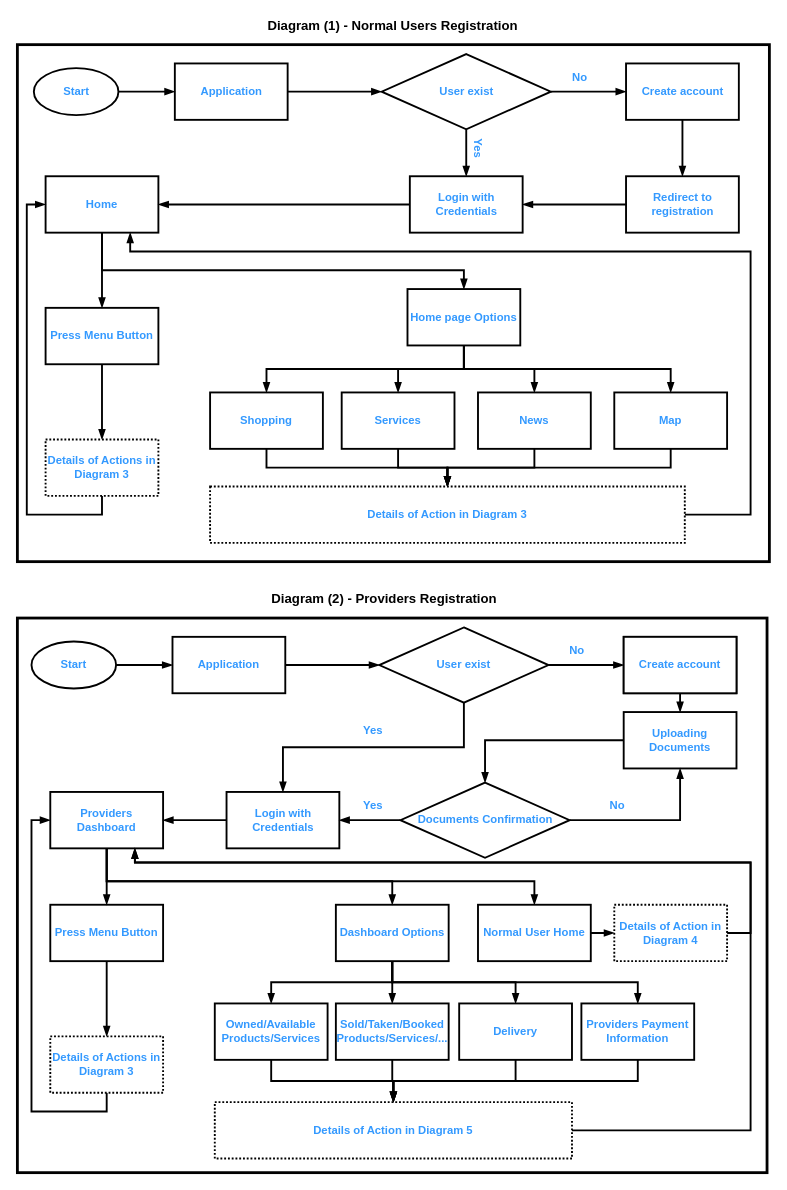
Before: Untitled Diagram.drawio in ashkaneshaghi/CodeChallenge, a draw.io diagram. Source tidied: cells renumbered, new cells numbered last; positions are measured from the earlier drawing's top-left corner, leaving out a move shared by most shapes. Both pictures are drawn from the tidied source at 94%, with x=0, y=0 at pixel (17, 16).
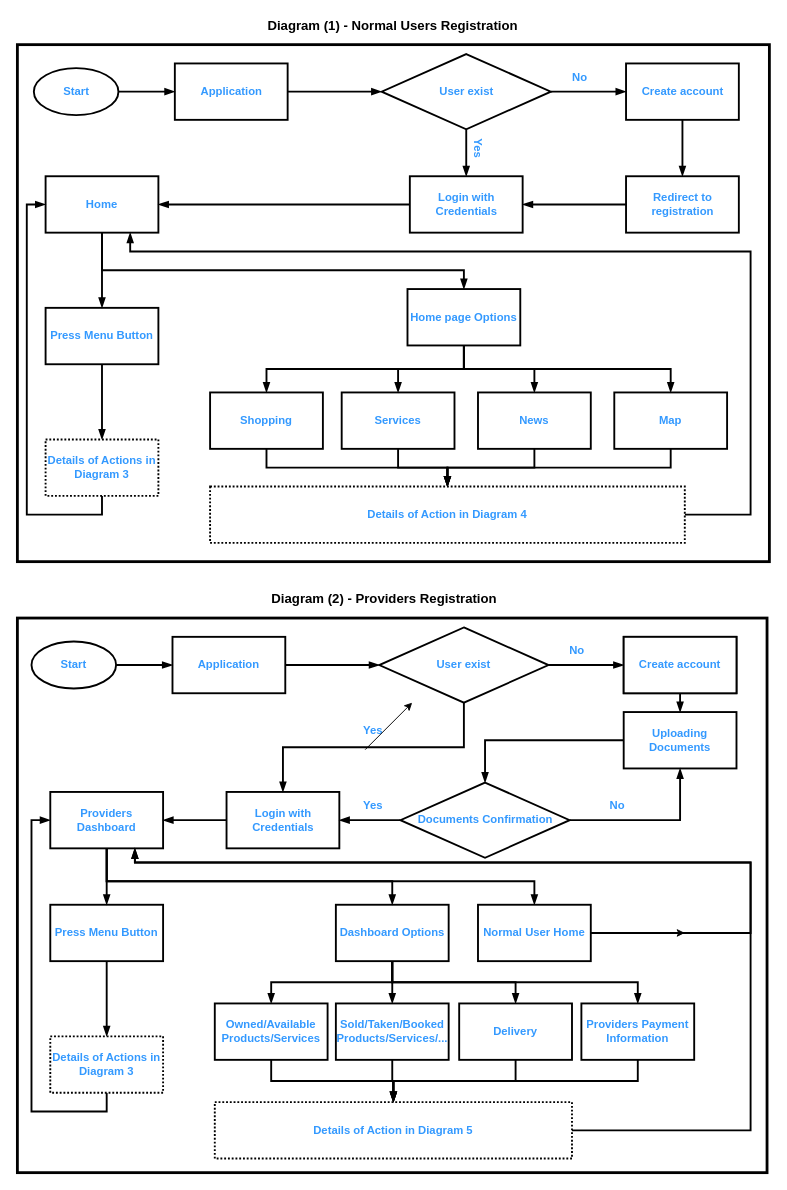
The same page after the edit.

The change refers to these unchanged cells:
```xml
<mxCell id="16" value="&lt;font color=&quot;#3399FF&quot;&gt;&lt;b&gt;Providers Dashboard&lt;br&gt;&lt;/b&gt;&lt;/font&gt;" style="rounded=0;whiteSpace=wrap;html=1;strokeWidth=2;" parent="1" vertex="1">
  <mxGeometry x="35" y="825" width="120" height="60" as="geometry" />
</mxCell>
<mxCell id="47" value="&lt;b&gt;&lt;font color=&quot;#3399FF&quot;&gt;Normal User Home&lt;br&gt;&lt;/font&gt;&lt;/b&gt;" style="rounded=0;whiteSpace=wrap;html=1;strokeWidth=2;" parent="1" vertex="1">
  <mxGeometry x="490" y="945" width="120" height="60" as="geometry" />
</mxCell>
```

The edit, as a diff of the source:
```diff
@@
-    <mxCell id="44" style="edgeStyle=orthogonalEdgeStyle;rounded=0;jettySize=auto;html=1;exitX=1;exitY=0.5;exitDx=0;exitDy=0;entryX=0.75;entryY=1;entryDx=0;entryDy=0;endArrow=blockThin;endFill=1;strokeWidth=2;" parent="1" edge="1" source="45" target="16">
+    <mxCell id="44" style="edgeStyle=orthogonalEdgeStyle;rounded=0;jettySize=auto;html=1;exitX=1;exitY=0.5;exitDx=0;exitDy=0;entryX=0.75;entryY=1;entryDx=0;entryDy=0;endArrow=blockThin;endFill=1;strokeWidth=2;" parent="1" edge="1" source="47" target="16">
       <mxGeometry relative="1" as="geometry">
         <Array as="points">
           <mxPoint x="780" y="975" />
           <mxPoint x="780" y="900" />
           <mxPoint x="125" y="900" />
         </Array>
       </mxGeometry>
     </mxCell>
-    <mxCell id="45" value="&lt;font color=&quot;#3399FF&quot;&gt;&lt;b&gt;Details of Action in Diagram 4&lt;br&gt;&lt;/b&gt;&lt;/font&gt;" style="rounded=0;whiteSpace=wrap;html=1;strokeWidth=2;dashed=1;dashPattern=1 1;" parent="1" vertex="1">
-      <mxGeometry x="635" y="945" width="120" height="60" as="geometry" />
-    </mxCell>
-    <mxCell id="46" style="edgeStyle=orthogonalEdgeStyle;rounded=0;jettySize=auto;html=1;endArrow=blockThin;endFill=1;strokeWidth=2;" parent="1" edge="1" source="47" target="45">
-      <mxGeometry relative="1" as="geometry" />
-    </mxCell>
+    <mxCell id="91" style="edgeStyle=orthogonalEdgeStyle;rounded=0;jettySize=auto;html=1;exitX=1;exitY=0.5;exitDx=0;exitDy=0;" parent="1" edge="1" source="47">
+      <mxGeometry relative="1" as="geometry">
+        <mxPoint x="710" y="975" as="targetPoint" />
+      </mxGeometry>
+    </mxCell>
@@
-    <mxCell id="81" value="&lt;b&gt;&lt;font color=&quot;#3399FF&quot;&gt;Details of Action in Diagram 3&lt;br&gt;&lt;/font&gt;&lt;/b&gt;" style="rounded=0;whiteSpace=wrap;html=1;strokeWidth=2;dashed=1;dashPattern=1 1;" parent="1" vertex="1">
+    <mxCell id="81" value="&lt;b&gt;&lt;font color=&quot;#3399FF&quot;&gt;Details of Action in Diagram 4&lt;br&gt;&lt;/font&gt;&lt;/b&gt;" style="rounded=0;whiteSpace=wrap;html=1;strokeWidth=2;dashed=1;dashPattern=1 1;" parent="1" vertex="1">
       <mxGeometry x="205" y="500" width="505" height="60" as="geometry" />
     </mxCell>
@@
+    <mxCell id="92" style="endArrow=classic;html=1;" parent="1" edge="1">
+      <mxGeometry relative="1" as="geometry">
+        <mxPoint x="370" y="780" as="sourcePoint" />
+        <mxPoint x="420" y="730" as="targetPoint" />
+      </mxGeometry>
+    </mxCell>
```
